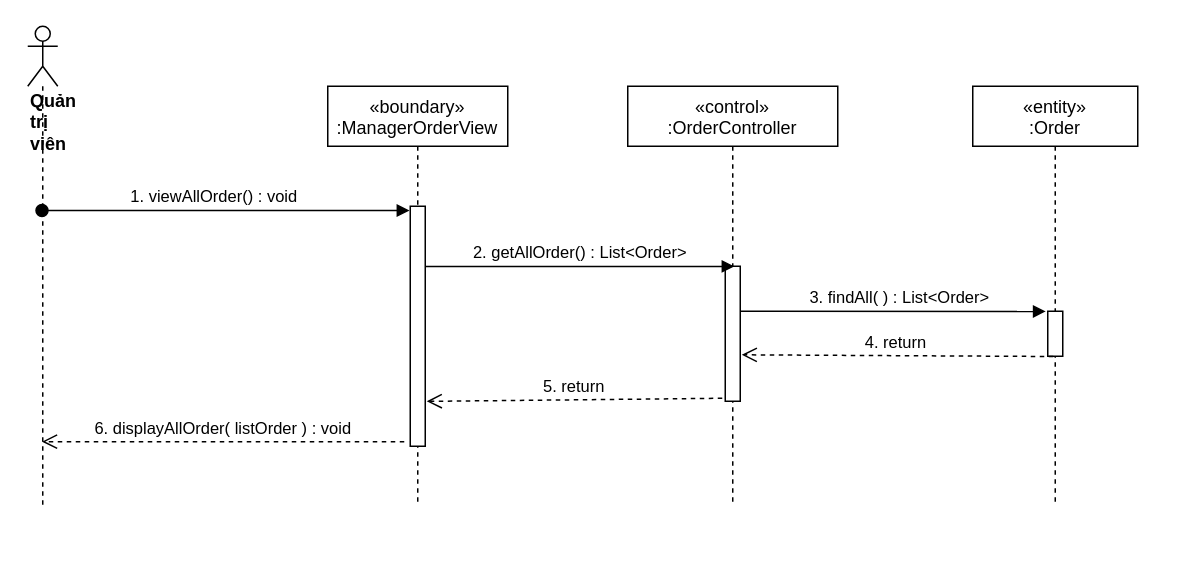
The draw.io diagram sequence diagram/view-Order-manager-sequence.drawio in nguyenphamvan/datn_20202, before the edit. Source tidied: cells renumbered, new cells numbered last; positions are measured from the earlier drawing's top-left corner, leaving out a move shared by most shapes. Both pictures are drawn from the tidied source at 150%, with x=0, y=0 at pixel (27, 26).
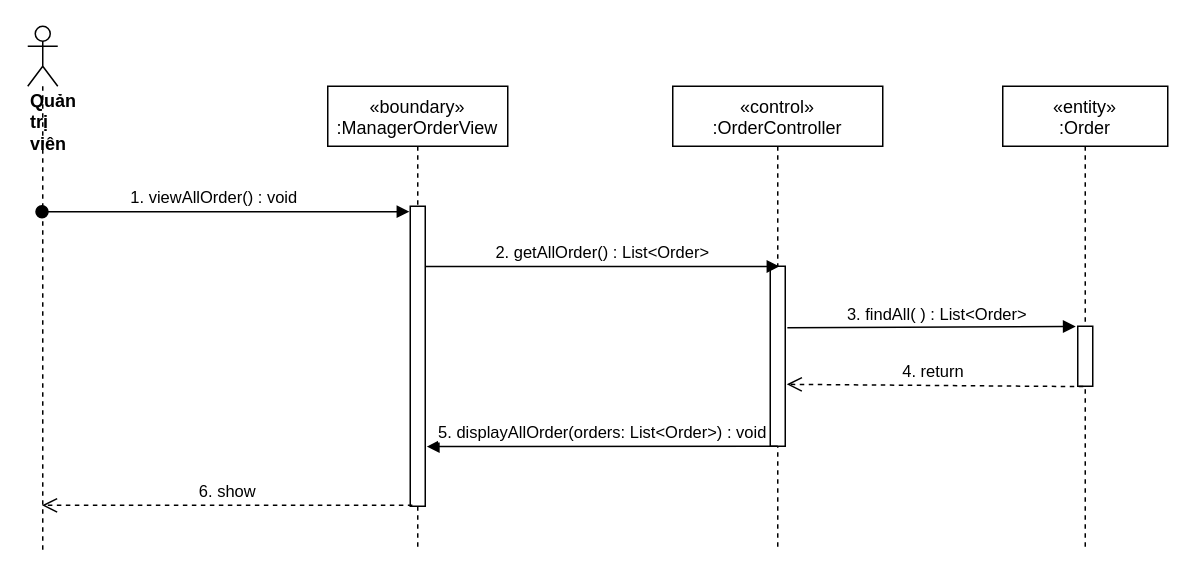
Above is the later version.

The edit, as a diff of the source:
```diff
@@
 <mxGraphModel>
   <root>
     <mxCell id="0" />
     <mxCell id="1" parent="0" />
     <mxCell id="2" value="«boundary»&#10;:ManagerOrderView" style="shape=umlLifeline;perimeter=lifelinePerimeter;rounded=0;shadow=0;strokeWidth=1;" parent="1" vertex="1">
-      <mxGeometry x="200" y="40" width="120" height="280" as="geometry" />
+      <mxGeometry x="200" y="40" width="120" height="310" as="geometry" />
     </mxCell>
     <mxCell id="3" style="points=[];perimeter=orthogonalPerimeter;rounded=0;shadow=0;strokeWidth=1;" parent="2" vertex="1">
-      <mxGeometry x="55" y="80" width="10" height="160" as="geometry" />
+      <mxGeometry x="55" y="80" width="10" height="200" as="geometry" />
     </mxCell>
     <mxCell id="4" value="«control»&#10;:OrderController" style="shape=umlLifeline;perimeter=lifelinePerimeter;rounded=0;shadow=0;strokeWidth=1;" parent="1" vertex="1">
-      <mxGeometry x="400" y="40" width="140" height="280" as="geometry" />
+      <mxGeometry x="430" y="40" width="140" height="310" as="geometry" />
     </mxCell>
     <mxCell id="5" style="points=[];perimeter=orthogonalPerimeter;rounded=0;shadow=0;strokeWidth=1;" parent="4" vertex="1">
-      <mxGeometry x="65" y="120" width="10" height="90" as="geometry" />
+      <mxGeometry x="65" y="120" width="10" height="120" as="geometry" />
     </mxCell>
     <mxCell id="6" value="&lt;div&gt;&lt;b&gt;Quản trị viên&lt;/b&gt;&lt;/div&gt;" style="shape=umlLifeline;participant=umlActor;perimeter=lifelinePerimeter;whiteSpace=wrap;html=1;verticalAlign=top;spacingTop=36;outlineConnect=0;align=left;" parent="1" vertex="1">
-      <mxGeometry width="20" height="320" as="geometry" />
+      <mxGeometry width="20" height="350" as="geometry" />
     </mxCell>
     <mxCell id="7" value="1. viewAllOrder() : void" style="verticalAlign=bottom;startArrow=oval;endArrow=block;startSize=8;shadow=0;strokeWidth=1;entryX=-0.05;entryY=0.018;entryDx=0;entryDy=0;entryPerimeter=0;" parent="1" edge="1" source="6" target="3">
       <mxGeometry x="-0.06" relative="1" as="geometry" />
     </mxCell>
     <mxCell id="8" value="2. getAllOrder() : List&amp;lt;Order&amp;gt;" style="html=1;verticalAlign=bottom;endArrow=block;entryX=0.617;entryY=0.001;entryDx=0;entryDy=0;entryPerimeter=0;" parent="1" edge="1" source="3" target="5">
       <mxGeometry relative="1" as="geometry" />
     </mxCell>
     <mxCell id="9" value="«entity»&#10;:Order" style="shape=umlLifeline;perimeter=lifelinePerimeter;rounded=0;shadow=0;strokeWidth=1;" parent="1" vertex="1">
-      <mxGeometry x="630" y="40" width="110" height="280" as="geometry" />
+      <mxGeometry x="650" y="40" width="110" height="310" as="geometry" />
     </mxCell>
     <mxCell id="10" style="points=[];perimeter=orthogonalPerimeter;rounded=0;shadow=0;strokeWidth=1;" parent="9" vertex="1">
-      <mxGeometry x="50" y="150" width="10" height="30" as="geometry" />
+      <mxGeometry x="50" y="160" width="10" height="40" as="geometry" />
     </mxCell>
-    <mxCell id="11" value="3. findAll( ) : List&amp;lt;Order&amp;gt;" style="html=1;verticalAlign=bottom;endArrow=block;entryX=-0.133;entryY=0.004;entryDx=0;entryDy=0;entryPerimeter=0;" parent="1" edge="1" target="10">
-      <mxGeometry x="0.04" relative="1" as="geometry">
-        <mxPoint x="475" y="190" as="sourcePoint" />
-      </mxGeometry>
+    <mxCell id="11" value="3. findAll( ) : List&amp;lt;Order&amp;gt;" style="html=1;verticalAlign=bottom;endArrow=block;entryX=-0.133;entryY=0.004;entryDx=0;entryDy=0;entryPerimeter=0;exitX=1.14;exitY=0.342;exitDx=0;exitDy=0;exitPerimeter=0;" parent="1" edge="1" source="5" target="10">
+      <mxGeometry x="0.04" relative="1" as="geometry" />
     </mxCell>
     <mxCell id="12" value="4. return&amp;nbsp;" style="html=1;verticalAlign=bottom;endArrow=open;dashed=1;endSize=8;exitX=0.367;exitY=1.006;exitDx=0;exitDy=0;exitPerimeter=0;entryX=1.1;entryY=0.656;entryDx=0;entryDy=0;entryPerimeter=0;" parent="1" edge="1" source="10" target="5">
       <mxGeometry relative="1" as="geometry" />
     </mxCell>
+    <mxCell id="14" value="6. show" style="html=1;verticalAlign=bottom;endArrow=open;dashed=1;endSize=8;exitX=0.14;exitY=0.997;exitDx=0;exitDy=0;exitPerimeter=0;" parent="1" edge="1" source="3" target="6">
+      <mxGeometry relative="1" as="geometry" />
+    </mxCell>
-    <mxCell id="13" value="5. return" style="html=1;verticalAlign=bottom;endArrow=open;dashed=1;endSize=8;exitX=-0.2;exitY=0.978;exitDx=0;exitDy=0;exitPerimeter=0;entryX=1.1;entryY=0.813;entryDx=0;entryDy=0;entryPerimeter=0;" parent="1" edge="1" source="5" target="3">
+    <mxCell id="13" value="5. displayAllOrder(orders: List&amp;lt;Order&amp;gt;) : void" style="html=1;verticalAlign=bottom;endArrow=block;exitX=0.5;exitY=1;exitDx=0;exitDy=0;exitPerimeter=0;entryX=1.1;entryY=0.801;entryDx=0;entryDy=0;entryPerimeter=0;" parent="1" edge="1" source="5" target="3">
       <mxGeometry relative="1" as="geometry" />
     </mxCell>
-    <mxCell id="14" value="6. displayAllOrder( listOrder ) : void" style="html=1;verticalAlign=bottom;endArrow=open;dashed=1;endSize=8;exitX=-0.4;exitY=0.981;exitDx=0;exitDy=0;exitPerimeter=0;" parent="1" edge="1" source="3" target="6">
-      <mxGeometry relative="1" as="geometry" />
-    </mxCell>
   </root>
 </mxGraphModel>
```
